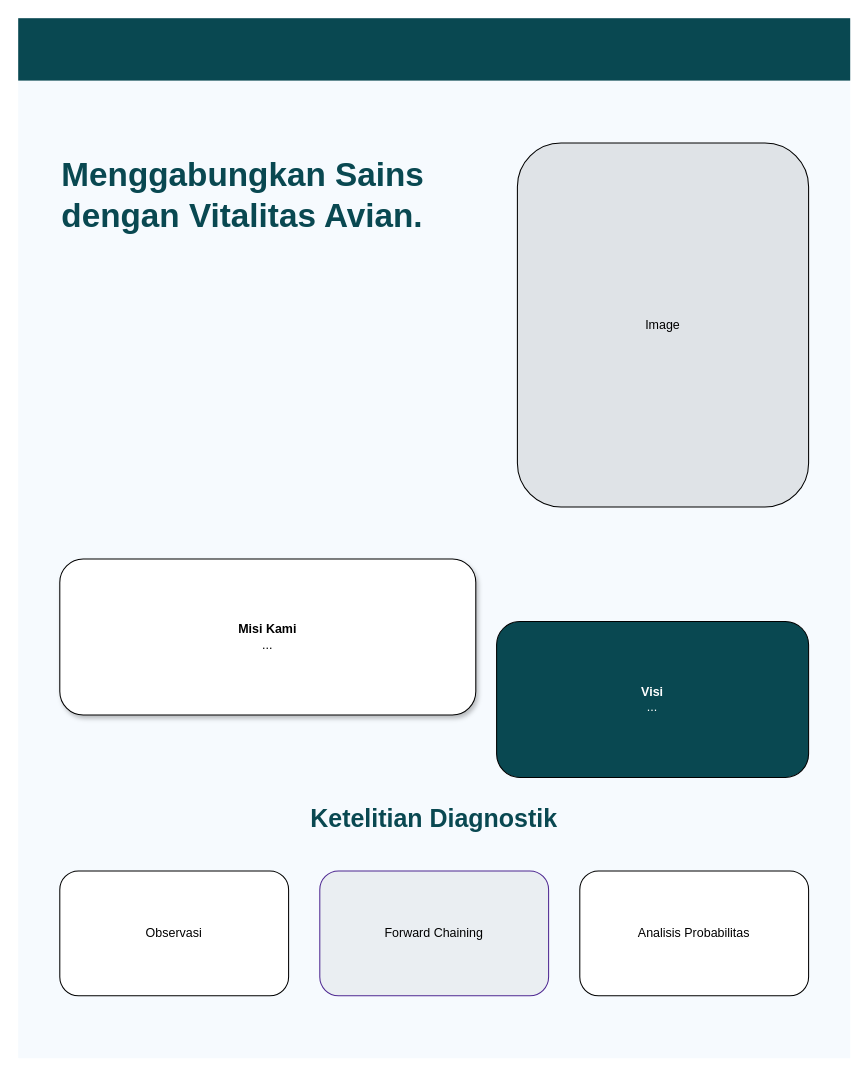
Jinsky/Jinsky keeps this draw.io diagram as diagram/desain/tentang.drawio. Above is the earlier version. Source tidied: cells renumbered, new cells numbered last; positions are measured from the earlier drawing's top-left corner, leaving out a move shared by most shapes. Both pictures are drawn from the tidied source at 104%, with x=0, y=0 at pixel (18, 18).
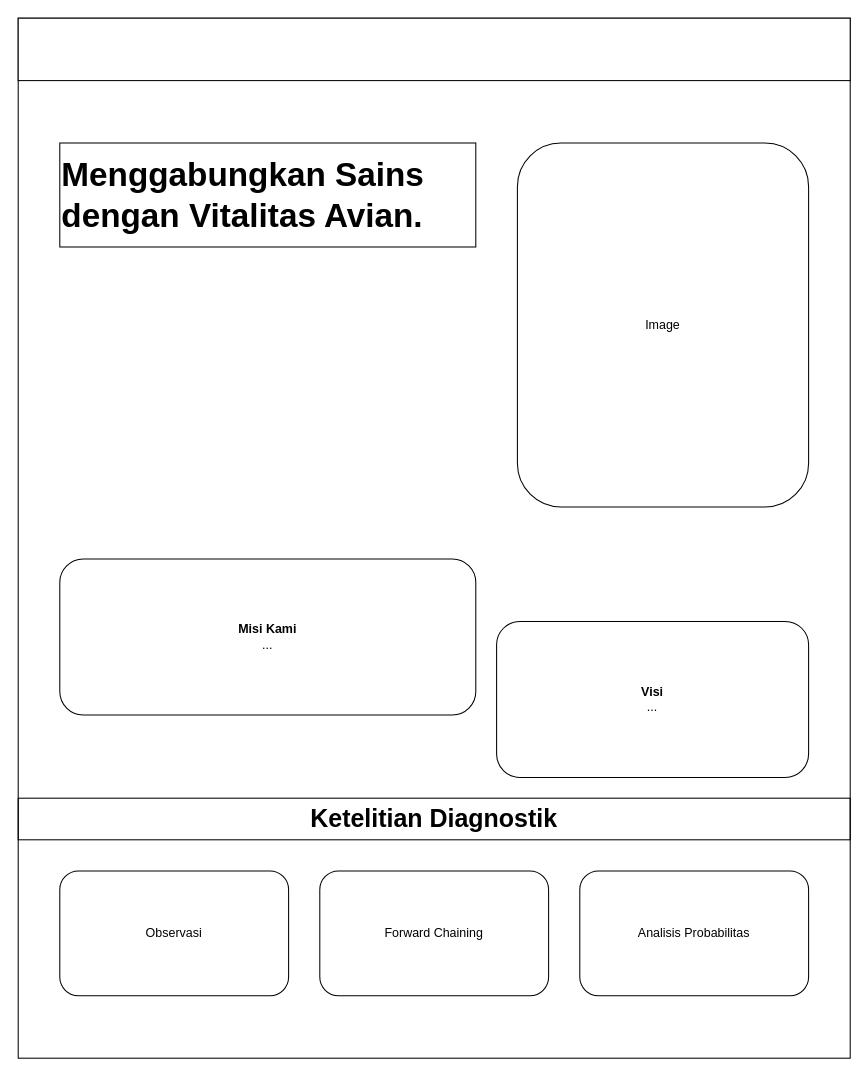
After the change.

What changed in the source:
```diff
@@
 <mxGraphModel>
   <root>
     <mxCell id="0" />
     <mxCell id="1" parent="0" />
-    <mxCell id="2" style="rounded=0;whiteSpace=wrap;html=1;fillColor=#f6fafe;strokeColor=none;" parent="1" vertex="1">
+    <mxCell id="2" style="rounded=0;whiteSpace=wrap;html=1;fillColor=#ffffff;strokeColor=#000000;fontColor=#000000;" parent="1" vertex="1">
       <mxGeometry width="800" height="1000" as="geometry" />
     </mxCell>
-    <mxCell id="3" style="rounded=0;whiteSpace=wrap;html=1;fillColor=#094851;strokeColor=none;" parent="1" vertex="1">
+    <mxCell id="3" style="rounded=0;whiteSpace=wrap;html=1;fillColor=#ffffff;strokeColor=#000000;fontColor=#000000;" parent="1" vertex="1">
       <mxGeometry width="800" height="60" as="geometry" />
     </mxCell>
-    <mxCell id="4" value="&lt;b&gt;Menggabungkan Sains dengan Vitalitas Avian.&lt;/b&gt;" style="text;html=1;strokeColor=none;fillColor=none;align=left;verticalAlign=middle;whiteSpace=wrap;rounded=0;fontSize=32;fontColor=#094851;" parent="1" vertex="1">
+    <mxCell id="4" value="&lt;b&gt;Menggabungkan Sains dengan Vitalitas Avian.&lt;/b&gt;" style="text;html=1;strokeColor=#000000;fillColor=none;align=left;verticalAlign=middle;whiteSpace=wrap;rounded=0;fontSize=32;fontColor=#000000;" parent="1" vertex="1">
       <mxGeometry x="40" y="120" width="400" height="100" as="geometry" />
     </mxCell>
-    <mxCell id="5" value="Image" style="rounded=0;whiteSpace=wrap;html=1;fillColor=#dfe3e7;rounded=1;" parent="1" vertex="1">
+    <mxCell id="5" value="Image" style="rounded=1;whiteSpace=wrap;html=1;fillColor=#ffffff;strokeColor=#000000;fontColor=#000000;" parent="1" vertex="1">
       <mxGeometry x="480" y="120" width="280" height="350" as="geometry" />
     </mxCell>
-    <mxCell id="6" value="&lt;b&gt;Misi Kami&lt;/b&gt;&lt;br/&gt;..." style="rounded=0;whiteSpace=wrap;html=1;fillColor=#ffffff;rounded=1;shadow=1;" parent="1" vertex="1">
+    <mxCell id="6" value="&lt;b&gt;Misi Kami&lt;/b&gt;&lt;br/&gt;..." style="rounded=1;whiteSpace=wrap;html=1;fillColor=#ffffff;strokeColor=#000000;fontColor=#000000;" parent="1" vertex="1">
       <mxGeometry x="40" y="520" width="400" height="150" as="geometry" />
     </mxCell>
-    <mxCell id="7" value="&lt;b&gt;Visi&lt;/b&gt;&lt;br/&gt;..." style="rounded=0;whiteSpace=wrap;html=1;fillColor=#094851;fontColor=#ffffff;rounded=1;" parent="1" vertex="1">
+    <mxCell id="7" value="&lt;b&gt;Visi&lt;/b&gt;&lt;br/&gt;..." style="rounded=1;whiteSpace=wrap;html=1;fillColor=#ffffff;fontColor=#000000;strokeColor=#000000;" parent="1" vertex="1">
       <mxGeometry x="460" y="580" width="300" height="150" as="geometry" />
     </mxCell>
-    <mxCell id="8" value="&lt;b&gt;Ketelitian Diagnostik&lt;/b&gt;" style="text;html=1;strokeColor=none;fillColor=none;align=left;verticalAlign=middle;whiteSpace=wrap;rounded=0;align=center;fontSize=24;fontColor=#094851;" parent="1" vertex="1">
+    <mxCell id="8" value="&lt;b&gt;Ketelitian Diagnostik&lt;/b&gt;" style="text;html=1;strokeColor=#000000;fillColor=none;align=center;verticalAlign=middle;whiteSpace=wrap;rounded=0;fontSize=24;fontColor=#000000;" parent="1" vertex="1">
       <mxGeometry y="750" width="800" height="40" as="geometry" />
     </mxCell>
-    <mxCell id="9" value="Observasi" style="rounded=0;whiteSpace=wrap;html=1;fillColor=#ffffff;rounded=1;" parent="1" vertex="1">
+    <mxCell id="9" value="Observasi" style="rounded=1;whiteSpace=wrap;html=1;fillColor=#ffffff;strokeColor=#000000;fontColor=#000000;" parent="1" vertex="1">
       <mxGeometry x="40" y="820" width="220" height="120" as="geometry" />
     </mxCell>
-    <mxCell id="10" value="Forward Chaining" style="rounded=0;whiteSpace=wrap;html=1;fillColor=#eaeef2;rounded=1;borderLeft=4;strokeColor=#4f2992;" parent="1" vertex="1">
+    <mxCell id="10" value="Forward Chaining" style="rounded=1;whiteSpace=wrap;html=1;fillColor=#ffffff;borderLeft=4;strokeColor=#000000;fontColor=#000000;" parent="1" vertex="1">
       <mxGeometry x="290" y="820" width="220" height="120" as="geometry" />
     </mxCell>
-    <mxCell id="11" value="Analisis Probabilitas" style="rounded=0;whiteSpace=wrap;html=1;fillColor=#ffffff;rounded=1;" parent="1" vertex="1">
+    <mxCell id="11" value="Analisis Probabilitas" style="rounded=1;whiteSpace=wrap;html=1;fillColor=#ffffff;strokeColor=#000000;fontColor=#000000;" parent="1" vertex="1">
       <mxGeometry x="540" y="820" width="220" height="120" as="geometry" />
     </mxCell>
   </root>
 </mxGraphModel>
```
